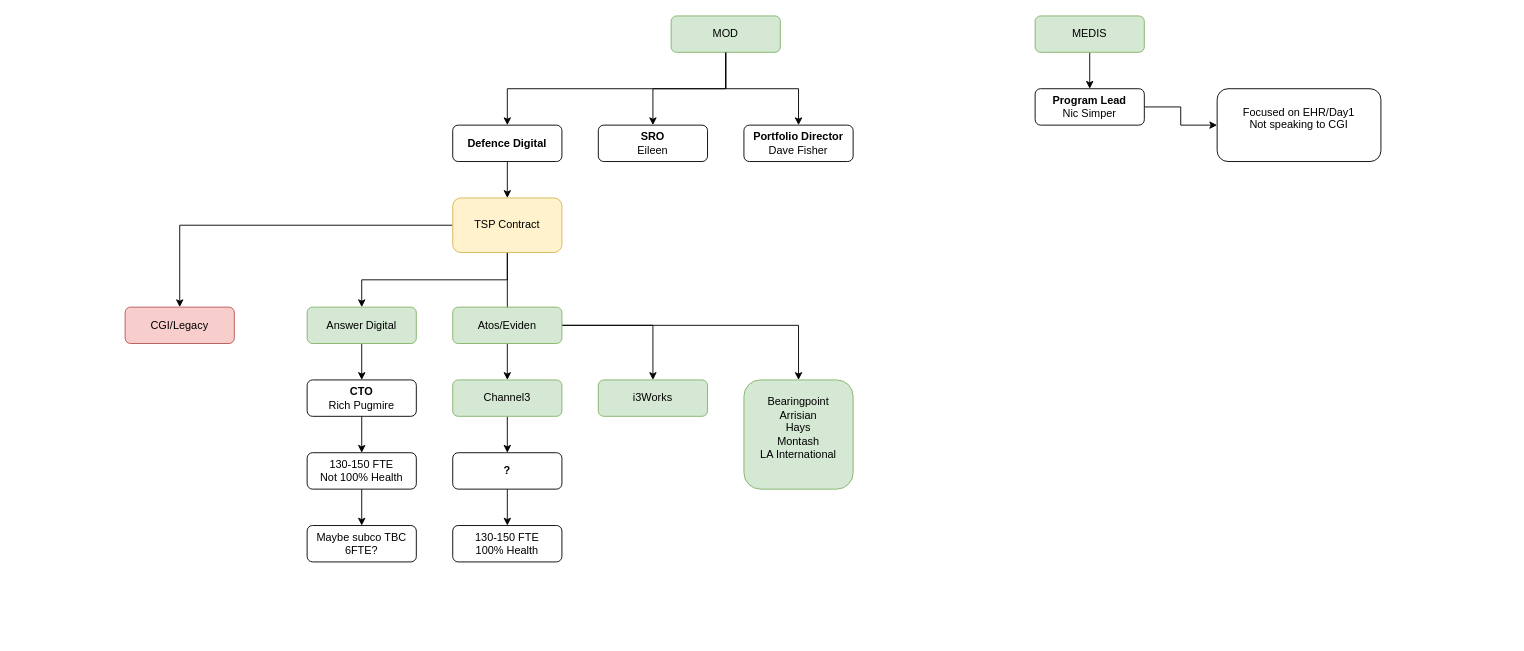
Earlier version of the draw.io diagram page "Stakeholders" (2 of 4) of 202411 Cortisone.drawio (dalegent42/DrawIO). Source tidied: cells renumbered, new cells numbered last; positions are measured from the earlier drawing's top-left corner, leaving out a move shared by most shapes. Both pictures are drawn from the tidied source at 91%, with x=0, y=0 at pixel (125, 15).
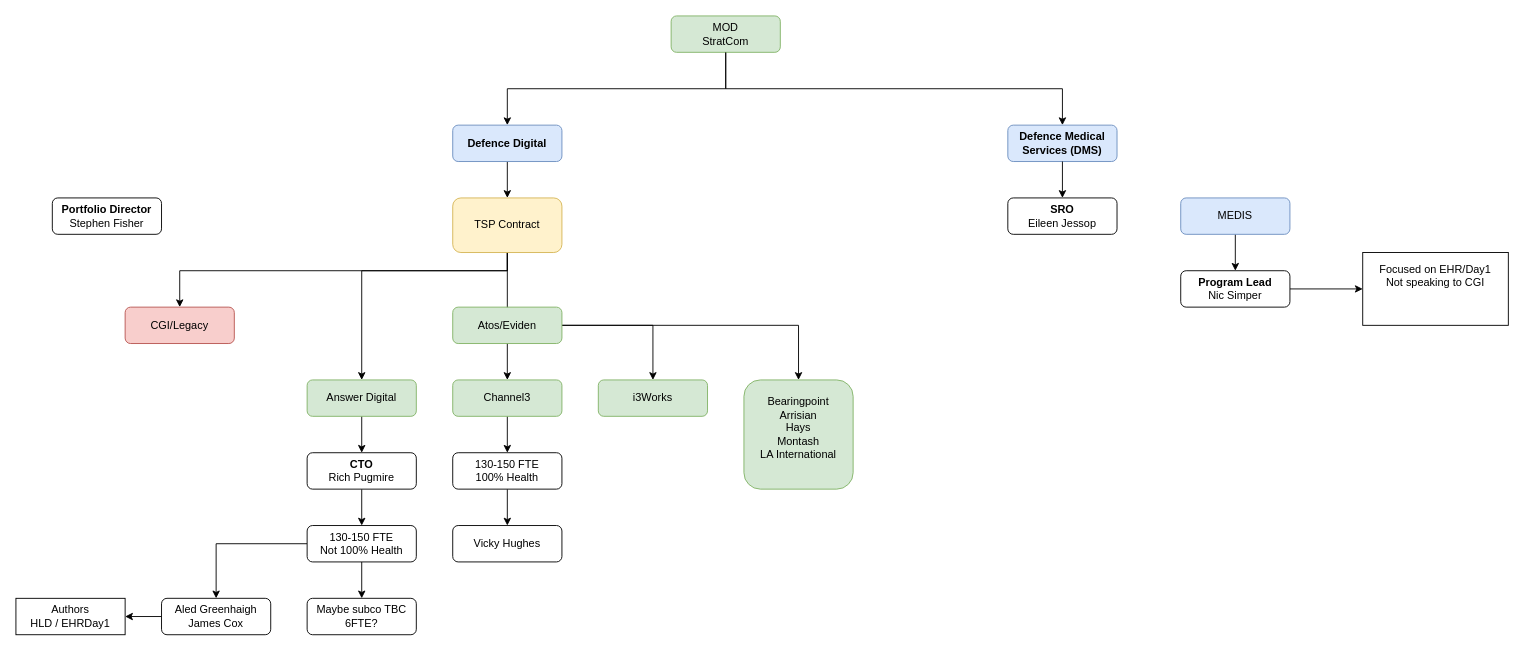
Above is the later version.

Unchanged cells that the change refers to:
```xml
<mxCell id="21" value="TSP Contract" style="whiteSpace=wrap;html=1;rounded=1;fillColor=#fff2cc;strokeColor=#d6b656;" parent="1" vertex="1">
  <mxGeometry x="360" y="200" width="120" height="60" as="geometry" />
</mxCell>
<mxCell id="36" value="CGI/Legacy" style="rounded=1;whiteSpace=wrap;html=1;fillColor=#f8cecc;strokeColor=#b85450;" parent="1" vertex="1">
  <mxGeometry y="320" width="120" height="40" as="geometry" />
</mxCell>
```

Change to the diagram source:
```diff
@@
-    <mxCell id="3" value="MEDIS" style="rounded=1;whiteSpace=wrap;html=1;fillColor=#d5e8d4;strokeColor=#82b366;" parent="1" vertex="1">
-      <mxGeometry x="1000" width="120" height="40" as="geometry" />
+    <mxCell id="3" value="MEDIS" style="rounded=1;whiteSpace=wrap;html=1;fillColor=#dae8fc;strokeColor=#6c8ebf;" parent="1" vertex="1">
+      <mxGeometry x="1160" y="200" width="120" height="40" as="geometry" />
     </mxCell>
-    <mxCell id="4" style="edgeStyle=orthogonalEdgeStyle;rounded=0;jettySize=auto;html=1;" parent="1" edge="1" source="5" target="30">
+    <mxCell id="4" style="edgeStyle=orthogonalEdgeStyle;rounded=0;jettySize=auto;html=1;entryX=0;entryY=0.5;entryDx=0;entryDy=0;" parent="1" edge="1" source="5" target="30">
       <mxGeometry relative="1" as="geometry" />
     </mxCell>
     <mxCell id="5" value="&lt;b&gt;Program Lead&lt;/b&gt;&lt;div&gt;Nic Simper&lt;/div&gt;" style="rounded=1;whiteSpace=wrap;html=1;" parent="1" vertex="1">
-      <mxGeometry x="1000" y="80" width="120" height="40" as="geometry" />
+      <mxGeometry x="1160" y="280" width="120" height="40" as="geometry" />
     </mxCell>
-    <mxCell id="6" style="edgeStyle=orthogonalEdgeStyle;rounded=0;jettySize=auto;html=1;" parent="1" edge="1" source="8" target="10">
-      <mxGeometry relative="1" as="geometry" />
-    </mxCell>
@@
-    <mxCell id="8" value="MOD" style="rounded=1;whiteSpace=wrap;html=1;fillColor=#d5e8d4;strokeColor=#82b366;" parent="1" vertex="1">
+    <mxCell id="8" value="MOD&lt;div&gt;StratCom&lt;/div&gt;" style="rounded=1;whiteSpace=wrap;html=1;fillColor=#d5e8d4;strokeColor=#82b366;" parent="1" vertex="1">
       <mxGeometry x="600" width="120" height="40" as="geometry" />
     </mxCell>
-    <mxCell id="9" style="edgeStyle=orthogonalEdgeStyle;rounded=0;jettySize=auto;html=1;exitX=0.5;exitY=1;exitDx=0;exitDy=0;entryX=0.5;entryY=0;entryDx=0;entryDy=0;" parent="1" edge="1" source="8" target="11">
+    <mxCell id="9" style="edgeStyle=orthogonalEdgeStyle;rounded=0;jettySize=auto;html=1;exitX=0.5;exitY=1;exitDx=0;exitDy=0;entryX=0.5;entryY=0;entryDx=0;entryDy=0;" parent="1" edge="1" source="8" target="38">
       <mxGeometry relative="1" as="geometry" />
     </mxCell>
-    <mxCell id="10" value="&lt;b&gt;SRO&lt;/b&gt;&lt;div&gt;Eileen&lt;/div&gt;" style="rounded=1;whiteSpace=wrap;html=1;" parent="1" vertex="1">
-      <mxGeometry x="520" y="120" width="120" height="40" as="geometry" />
+    <mxCell id="10" value="&lt;b&gt;SRO&lt;/b&gt;&lt;div&gt;Eileen Jessop&lt;/div&gt;" style="rounded=1;whiteSpace=wrap;html=1;" parent="1" vertex="1">
+      <mxGeometry x="970" y="200" width="120" height="40" as="geometry" />
     </mxCell>
-    <mxCell id="11" value="&lt;div&gt;&lt;b&gt;Portfolio Director&lt;/b&gt;&lt;/div&gt;&lt;div&gt;Dave Fisher&lt;/div&gt;" style="rounded=1;whiteSpace=wrap;html=1;" parent="1" vertex="1">
-      <mxGeometry x="680" y="120" width="120" height="40" as="geometry" />
+    <mxCell id="11" value="&lt;div&gt;&lt;b&gt;Portfolio Director&lt;/b&gt;&lt;/div&gt;&lt;div&gt;Stephen Fisher&lt;/div&gt;" style="rounded=1;whiteSpace=wrap;html=1;" parent="1" vertex="1">
+      <mxGeometry x="-80" y="200" width="120" height="40" as="geometry" />
     </mxCell>
@@
-    <mxCell id="13" value="&lt;div&gt;&lt;b&gt;Defence Digital&lt;/b&gt;&lt;/div&gt;" style="rounded=1;whiteSpace=wrap;html=1;" parent="1" vertex="1">
+    <mxCell id="13" value="&lt;div&gt;&lt;b&gt;Defence Digital&lt;/b&gt;&lt;/div&gt;" style="rounded=1;whiteSpace=wrap;html=1;fillColor=#dae8fc;strokeColor=#6c8ebf;" parent="1" vertex="1">
       <mxGeometry x="360" y="120" width="120" height="40" as="geometry" />
     </mxCell>
@@
     <mxCell id="15" value="Answer Digital" style="rounded=1;whiteSpace=wrap;html=1;fillColor=#d5e8d4;strokeColor=#82b366;" parent="1" vertex="1">
-      <mxGeometry x="200" y="320" width="120" height="40" as="geometry" />
+      <mxGeometry x="200" y="400" width="120" height="40" as="geometry" />
     </mxCell>
@@
+    <mxCell id="37" style="edgeStyle=orthogonalEdgeStyle;rounded=0;jettySize=auto;html=1;entryX=0.5;entryY=0;entryDx=0;entryDy=0;exitX=0;exitY=0.5;exitDx=0;exitDy=0;" parent="1" edge="1" source="27" target="41">
+      <mxGeometry relative="1" as="geometry" />
+    </mxCell>
     <mxCell id="17" value="&lt;div&gt;&lt;b&gt;CTO&lt;/b&gt;&lt;/div&gt;&lt;div&gt;Rich Pugmire&lt;/div&gt;" style="rounded=1;whiteSpace=wrap;html=1;" parent="1" vertex="1">
-      <mxGeometry x="200" y="400" width="120" height="40" as="geometry" />
+      <mxGeometry x="200" y="480" width="120" height="40" as="geometry" />
     </mxCell>
@@
     <mxCell id="19" style="edgeStyle=orthogonalEdgeStyle;rounded=0;jettySize=auto;html=1;exitX=0.5;exitY=1;exitDx=0;exitDy=0;entryX=0.5;entryY=0;entryDx=0;entryDy=0;" parent="1" edge="1" source="21" target="15">
-      <mxGeometry relative="1" as="geometry" />
+      <mxGeometry relative="1" as="geometry">
+        <Array as="points">
+          <mxPoint x="420" y="280" />
+          <mxPoint x="260" y="280" />
+        </Array>
+      </mxGeometry>
     </mxCell>
-    <mxCell id="20" style="edgeStyle=orthogonalEdgeStyle;rounded=0;jettySize=auto;html=1;exitX=0;exitY=0.5;exitDx=0;exitDy=0;entryX=0.5;entryY=0;entryDx=0;entryDy=0;" parent="1" edge="1" source="21" target="36">
-      <mxGeometry relative="1" as="geometry" />
+    <mxCell id="20" style="edgeStyle=orthogonalEdgeStyle;rounded=0;jettySize=auto;html=1;exitX=0.5;exitY=1;exitDx=0;exitDy=0;entryX=0.5;entryY=0;entryDx=0;entryDy=0;" parent="1" edge="1" source="21" target="36">
+      <mxGeometry relative="1" as="geometry">
+        <Array as="points">
+          <mxPoint x="420" y="280" />
+          <mxPoint x="60" y="280" />
+        </Array>
+      </mxGeometry>
     </mxCell>
@@
-    <mxCell id="25" value="&lt;div&gt;&lt;b&gt;?&lt;/b&gt;&lt;/div&gt;" style="rounded=1;whiteSpace=wrap;html=1;" parent="1" vertex="1">
+    <mxCell id="25" value="&lt;div style=&quot;font-weight: 700;&quot;&gt;&lt;span style=&quot;font-weight: normal;&quot;&gt;130-150 FTE&lt;/span&gt;&lt;/div&gt;&lt;div style=&quot;font-weight: 700;&quot;&gt;&lt;span style=&quot;font-weight: normal;&quot;&gt;100% Health&lt;/span&gt;&lt;/div&gt;" style="rounded=1;whiteSpace=wrap;html=1;" parent="1" vertex="1">
       <mxGeometry x="360" y="480" width="120" height="40" as="geometry" />
     </mxCell>
@@
     <mxCell id="27" value="&lt;div&gt;&lt;span style=&quot;&quot;&gt;130-150 FTE&lt;/span&gt;&lt;/div&gt;&lt;div&gt;&lt;span style=&quot;&quot;&gt;Not 100% Health&lt;/span&gt;&lt;/div&gt;" style="rounded=1;whiteSpace=wrap;html=1;fontStyle=0;" parent="1" vertex="1">
-      <mxGeometry x="200" y="480" width="120" height="40" as="geometry" />
+      <mxGeometry x="200" y="560" width="120" height="40" as="geometry" />
     </mxCell>
-    <mxCell id="28" value="&lt;div&gt;&lt;span style=&quot;font-weight: normal;&quot;&gt;130-150 FTE&lt;/span&gt;&lt;/div&gt;&lt;div&gt;&lt;span style=&quot;font-weight: normal;&quot;&gt;100% Health&lt;/span&gt;&lt;/div&gt;" style="rounded=1;whiteSpace=wrap;html=1;fontStyle=1;" parent="1" vertex="1">
+    <mxCell id="28" value="&lt;span style=&quot;font-weight: 400;&quot;&gt;Vicky Hughes&lt;/span&gt;" style="rounded=1;whiteSpace=wrap;html=1;fontStyle=1;" parent="1" vertex="1">
       <mxGeometry x="360" y="560" width="120" height="40" as="geometry" />
     </mxCell>
     <mxCell id="29" value="&lt;span style=&quot;font-weight: normal;&quot;&gt;Maybe subco TBC&lt;/span&gt;&lt;div&gt;&lt;span style=&quot;font-weight: normal;&quot;&gt;6FTE?&lt;/span&gt;&lt;/div&gt;" style="rounded=1;whiteSpace=wrap;html=1;fontStyle=1;" parent="1" vertex="1">
-      <mxGeometry x="200" y="560" width="120" height="40" as="geometry" />
+      <mxGeometry x="200" y="640" width="120" height="40" as="geometry" />
     </mxCell>
-    <mxCell id="30" value="Focused on EHR/Day1&lt;div&gt;Not speaking to CGI&lt;/div&gt;&lt;div&gt;&lt;div&gt;&lt;br&gt;&lt;/div&gt;&lt;/div&gt;" style="rounded=1;whiteSpace=wrap;html=1;" parent="1" vertex="1">
-      <mxGeometry x="1200" y="80" width="180" height="80" as="geometry" />
-    </mxCell>
@@
+    <mxCell id="38" value="&lt;div&gt;&lt;b&gt;Defence Medical Services (DMS)&lt;/b&gt;&lt;/div&gt;" style="rounded=1;whiteSpace=wrap;html=1;fillColor=#dae8fc;strokeColor=#6c8ebf;" parent="1" vertex="1">
+      <mxGeometry x="970" y="120" width="120" height="40" as="geometry" />
+    </mxCell>
+    <mxCell id="39" style="edgeStyle=orthogonalEdgeStyle;rounded=0;jettySize=auto;html=1;exitX=0.5;exitY=1;exitDx=0;exitDy=0;entryX=0.5;entryY=0;entryDx=0;entryDy=0;" parent="1" edge="1" source="38" target="10">
+      <mxGeometry relative="1" as="geometry" />
+    </mxCell>
+    <mxCell id="40" style="edgeStyle=none;rounded=0;jettySize=auto;html=1;entryX=1;entryY=0.5;entryDx=0;entryDy=0;" parent="1" edge="1" source="41" target="42">
+      <mxGeometry relative="1" as="geometry" />
+    </mxCell>
+    <mxCell id="41" value="&lt;div&gt;Aled Greenhaigh&lt;/div&gt;&lt;div&gt;James Cox&lt;/div&gt;" style="rounded=1;whiteSpace=wrap;html=1;fontStyle=0;" parent="1" vertex="1">
+      <mxGeometry x="40" y="640" width="120" height="40" as="geometry" />
+    </mxCell>
+    <mxCell id="30" value="&#10;Focused on EHR/Day1&lt;div style=&quot;forced-color-adjust: none;&quot;&gt;Not speaking to CGI&lt;/div&gt;&lt;div style=&quot;forced-color-adjust: none;&quot;&gt;&lt;div style=&quot;forced-color-adjust: none;&quot;&gt;&lt;br style=&quot;forced-color-adjust: none; color: rgb(0, 0, 0); font-family: Helvetica; font-size: 12px; font-style: normal; font-variant-ligatures: normal; font-variant-caps: normal; font-weight: 400; letter-spacing: normal; orphans: 2; text-align: center; text-indent: 0px; text-transform: none; widows: 2; word-spacing: 0px; -webkit-text-stroke-width: 0px; white-space: normal; background-color: rgb(251, 251, 251); text-decoration-thickness: initial; text-decoration-style: initial; text-decoration-color: initial;&quot;&gt;&#10;&#10;&lt;/div&gt;&lt;/div&gt;" style="rounded=0;whiteSpace=wrap;html=1;" parent="1" vertex="1">
+      <mxGeometry x="1360" y="260" width="160" height="80" as="geometry" />
+    </mxCell>
+    <mxCell id="42" value="Authors&lt;div&gt;HLD / EHRDay1&lt;/div&gt;" style="rounded=0;whiteSpace=wrap;html=1;" parent="1" vertex="1">
+      <mxGeometry x="-120" y="640" width="120" height="40" as="geometry" />
+    </mxCell>
```
